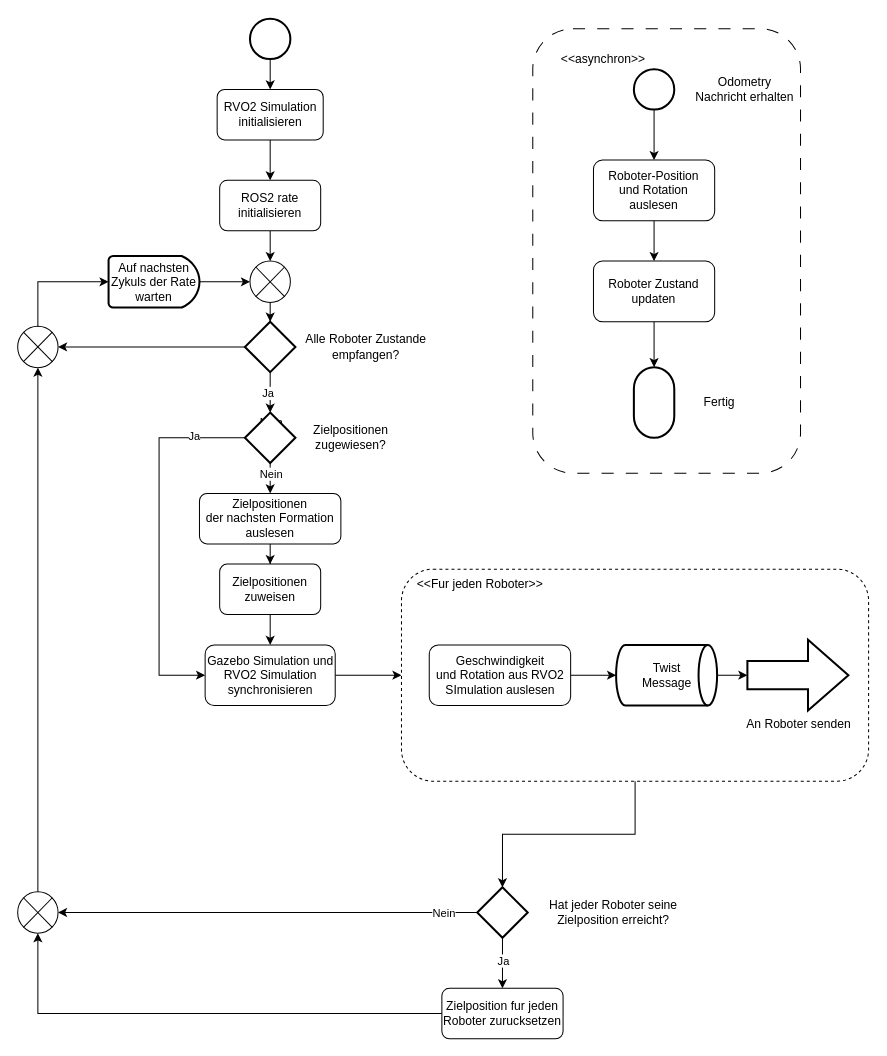
MariiaPoliakovaa/RobotFormations keeps this draw.io diagram as diagrams/artistic_pattern_activity.drawio. Above is the earlier version. Source tidied: cells renumbered, new cells numbered last; positions are measured from the earlier drawing's top-left corner, leaving out a move shared by most shapes. Both pictures are drawn from the tidied source at 101%, with x=0, y=0 at pixel (17, 18).
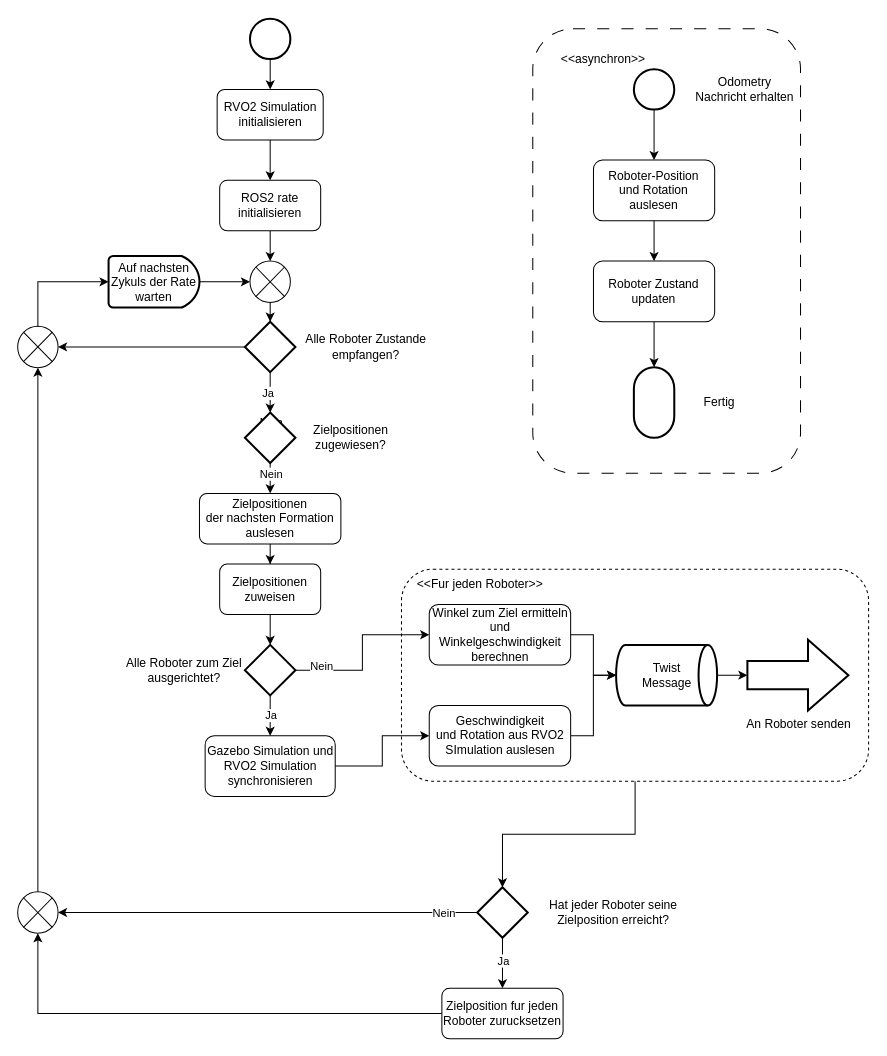
The same diagram, later.

The change refers to these unchanged cells:
```xml
<mxCell id="28" style="strokeWidth=2;html=1;shape=mxgraph.flowchart.decision;whiteSpace=wrap;" parent="1" vertex="1">
  <mxGeometry x="225" y="390" width="50" height="50" as="geometry" />
</mxCell>
<mxCell id="31" value="Zielpositionen&lt;br&gt;zuweisen" style="rounded=1;whiteSpace=wrap;html=1;" parent="1" vertex="1">
  <mxGeometry x="200" y="540" width="100" height="50" as="geometry" />
</mxCell>
<mxCell id="53" style="group;" parent="1" vertex="1">
  <mxGeometry x="380" y="545" width="462.5" height="210" as="geometry" />
</mxCell>
<mxCell id="54" style="rounded=1;whiteSpace=wrap;html=1;dashed=1;" parent="53" vertex="1">
  <mxGeometry width="462.5" height="210" as="geometry" />
</mxCell>
<mxCell id="59" value="Twist&lt;br&gt;Message" style="strokeWidth=2;html=1;shape=mxgraph.flowchart.direct_data;whiteSpace=wrap;" parent="53" vertex="1">
  <mxGeometry x="212.5" y="75" width="100" height="60" as="geometry" />
</mxCell>
```

Change to the diagram source:
```diff
@@
-    <mxCell id="26" style="edgeStyle=orthogonalEdgeStyle;rounded=0;jettySize=auto;html=1;" parent="1" edge="1" source="28" target="42">
-      <mxGeometry relative="1" as="geometry">
-        <Array as="points">
-          <mxPoint x="140" y="415" />
-          <mxPoint x="140" y="650" />
-        </Array>
-      </mxGeometry>
-    </mxCell>
-    <mxCell id="27" value="Ja" style="edgeLabel;html=1;align=center;verticalAlign=middle;" parent="26" vertex="1">
-      <mxGeometry x="-0.72" y="-2" relative="1" as="geometry" />
-    </mxCell>
@@
-    <mxCell id="30" style="edgeStyle=orthogonalEdgeStyle;rounded=0;jettySize=auto;html=1;" parent="1" edge="1" source="31" target="42">
-      <mxGeometry relative="1" as="geometry" />
-    </mxCell>
+    <mxCell id="62" style="edgeStyle=orthogonalEdgeStyle;rounded=0;jettySize=auto;html=1;" parent="1" edge="1" source="31" target="68">
+      <mxGeometry relative="1" as="geometry" />
+    </mxCell>
@@
-    <mxCell id="41" style="edgeStyle=orthogonalEdgeStyle;rounded=0;jettySize=auto;html=1;" parent="1" edge="1" source="42" target="54">
-      <mxGeometry relative="1" as="geometry" />
-    </mxCell>
     <mxCell id="42" value="Gazebo Simulation und RVO2 Simulation synchronisieren" style="rounded=1;whiteSpace=wrap;html=1;" parent="1" vertex="1">
-      <mxGeometry x="185.6" y="620" width="128.8" height="60" as="geometry" />
+      <mxGeometry x="185.6" y="710" width="128.8" height="60" as="geometry" />
     </mxCell>
@@
     <mxCell id="57" value="Geschwindigkeit&lt;br&gt;und Rotation aus RVO2 SImulation auslesen" style="rounded=1;whiteSpace=wrap;html=1;" parent="53" vertex="1">
-      <mxGeometry x="27.5" y="75" width="140" height="60" as="geometry" />
+      <mxGeometry x="27.5" y="135" width="140" height="60" as="geometry" />
     </mxCell>
@@
+    <mxCell id="63" style="edgeStyle=orthogonalEdgeStyle;rounded=0;jettySize=auto;html=1;" parent="53" edge="1" source="64" target="59">
+      <mxGeometry relative="1" as="geometry" />
+    </mxCell>
+    <mxCell id="64" value="Winkel zum Ziel ermitteln und Winkelgeschwindigkeit berechnen" style="rounded=1;whiteSpace=wrap;html=1;" parent="53" vertex="1">
+      <mxGeometry x="27.5" y="35" width="140" height="60" as="geometry" />
+    </mxCell>
@@
+    <mxCell id="65" style="edgeStyle=orthogonalEdgeStyle;rounded=0;jettySize=auto;html=1;" parent="1" edge="1" source="68" target="64">
+      <mxGeometry relative="1" as="geometry" />
+    </mxCell>
+    <mxCell id="66" value="Nein" style="edgeLabel;html=1;align=center;verticalAlign=middle;" parent="65" vertex="1">
+      <mxGeometry x="-0.67" y="-3" relative="1" as="geometry">
+        <mxPoint x="-3" y="-8" as="offset" />
+      </mxGeometry>
+    </mxCell>
+    <mxCell id="67" style="edgeStyle=orthogonalEdgeStyle;rounded=0;jettySize=auto;html=1;" parent="1" edge="1" source="68" target="42">
+      <mxGeometry relative="1" as="geometry" />
+    </mxCell>
+    <mxCell id="27" value="Ja" style="edgeLabel;html=1;align=center;verticalAlign=middle;" parent="67" vertex="1">
+      <mxGeometry x="-0.05" relative="1" as="geometry" />
+    </mxCell>
+    <mxCell id="68" style="strokeWidth=2;html=1;shape=mxgraph.flowchart.decision;whiteSpace=wrap;" parent="1" vertex="1">
+      <mxGeometry x="225" y="620" width="50" height="50" as="geometry" />
+    </mxCell>
+    <mxCell id="69" value="Alle Roboter zum Ziel ausgerichtet?" style="text;html=1;align=center;verticalAlign=middle;whiteSpace=wrap;rounded=0;" parent="1" vertex="1">
+      <mxGeometry x="90" y="630" width="150" height="30" as="geometry" />
+    </mxCell>
+    <mxCell id="70" style="edgeStyle=orthogonalEdgeStyle;rounded=0;jettySize=auto;html=1;entryX=0;entryY=0.5;entryDx=0;entryDy=0;" parent="1" edge="1" source="42" target="57">
+      <mxGeometry relative="1" as="geometry" />
+    </mxCell>
```
